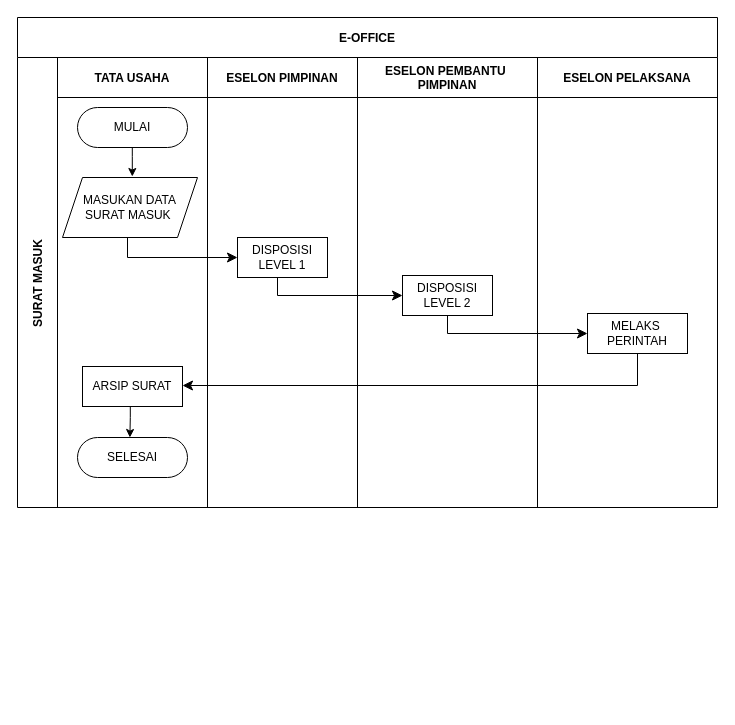
Before: Untitled Diagram.drawio in frizcool/EasyForYou, a draw.io diagram. Source tidied: cells renumbered, new cells numbered last; positions are measured from the earlier drawing's top-left corner, leaving out a move shared by most shapes. Both pictures are drawn from the tidied source at 100%, with x=0, y=0 at pixel (17, 17).
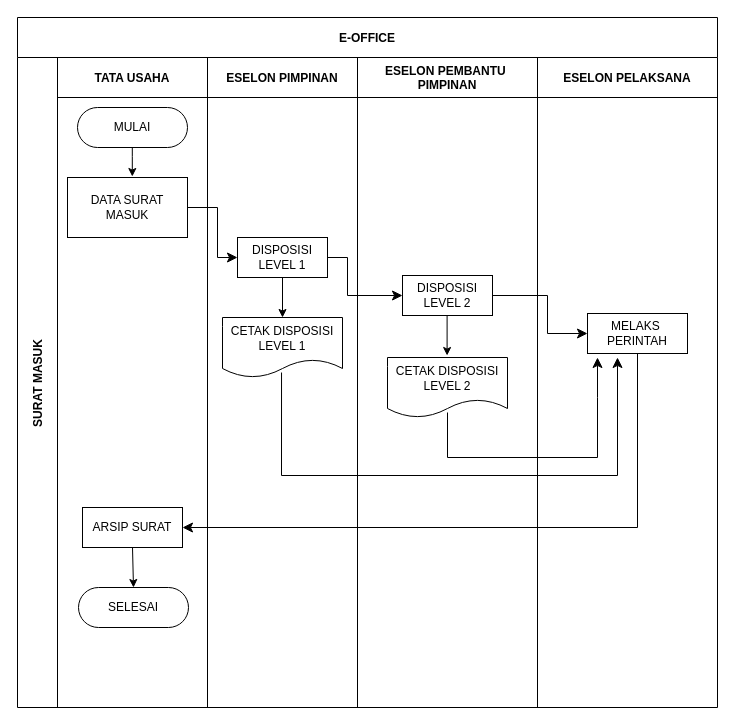
The same diagram, later.

The change refers to these unchanged cells:
```xml
<mxCell id="12" value="DISPOSISI LEVEL 1" style="rounded=0;whiteSpace=wrap;html=1;" parent="11" vertex="1">
  <mxGeometry x="30" y="180" width="90" height="40" as="geometry" />
</mxCell>
<mxCell id="15" value="DISPOSISI LEVEL 2" style="rounded=0;whiteSpace=wrap;html=1;" parent="14" vertex="1">
  <mxGeometry x="45" y="218" width="90" height="40" as="geometry" />
</mxCell>
<mxCell id="18" value="MELAKS&amp;nbsp;&lt;div&gt;PERINTAH&lt;/div&gt;" style="rounded=0;whiteSpace=wrap;html=1;" parent="17" vertex="1">
  <mxGeometry x="50" y="256" width="100" height="40" as="geometry" />
</mxCell>
```

Diff of the diagram source:
```diff
@@
     <mxCell id="2" value="E-OFFICE" style="shape=table;childLayout=tableLayout;startSize=40;fillColor=none;fontStyle=1;" parent="1" vertex="1">
-      <mxGeometry width="700" height="490" as="geometry" />
+      <mxGeometry width="700" height="690" as="geometry" />
     </mxCell>
     <mxCell id="3" value="SURAT MASUK" style="shape=tableRow;horizontal=0;swimlaneHead=0;swimlaneBody=0;top=0;left=0;bottom=0;right=0;fillColor=none;startSize=40;fontStyle=1;" parent="2" vertex="1">
-      <mxGeometry y="40" width="700" height="450" as="geometry" />
+      <mxGeometry y="40" width="700" height="650" as="geometry" />
     </mxCell>
     <mxCell id="4" value="TATA USAHA" style="swimlane;swimlaneHead=0;swimlaneBody=0;fillColor=none;startSize=40;fontStyle=1;" parent="3" vertex="1">
-      <mxGeometry x="40" width="150" height="450" as="geometry" />
+      <mxGeometry x="40" width="150" height="650" as="geometry" />
     </mxCell>
@@
-    <mxCell id="6" value="MASUKAN DATA SURAT MASUK&amp;nbsp;" style="shape=parallelogram;perimeter=parallelogramPerimeter;whiteSpace=wrap;html=1;fixedSize=1;" parent="4" vertex="1">
-      <mxGeometry x="5" y="120" width="135" height="60" as="geometry" />
-    </mxCell>
@@
     <mxCell id="8" value="ARSIP SURAT" style="rounded=0;whiteSpace=wrap;html=1;" parent="4" vertex="1">
-      <mxGeometry x="25" y="309" width="100" height="40" as="geometry" />
+      <mxGeometry x="25" y="450" width="100" height="40" as="geometry" />
     </mxCell>
     <mxCell id="9" value="SELESAI" style="rounded=1;whiteSpace=wrap;html=1;arcSize=50;" parent="4" vertex="1">
-      <mxGeometry x="20" y="380" width="110" height="40" as="geometry" />
+      <mxGeometry x="21" y="530" width="110" height="40" as="geometry" />
     </mxCell>
-    <mxCell id="10" style="edgeStyle=orthogonalEdgeStyle;rounded=0;jettySize=auto;html=1;exitX=0.478;exitY=1.003;exitDx=0;exitDy=0;exitPerimeter=0;" parent="4" edge="1" source="8">
-      <mxGeometry relative="1" as="geometry">
-        <mxPoint x="72.4" y="380" as="targetPoint" />
-        <Array as="points">
-          <mxPoint x="73" y="360" />
-          <mxPoint x="72" y="360" />
-        </Array>
-      </mxGeometry>
-    </mxCell>
+    <mxCell id="21" value="DATA SURAT MASUK" style="rounded=0;whiteSpace=wrap;html=1;" parent="4" vertex="1">
+      <mxGeometry x="10" y="120" width="120" height="60" as="geometry" />
+    </mxCell>
+    <mxCell id="22" style="endArrow=classic;html=1;rounded=0;entryX=0.5;entryY=0;entryDx=0;entryDy=0;exitX=0.5;exitY=1;exitDx=0;exitDy=0;" parent="4" edge="1" source="8" target="9">
+      <mxGeometry relative="1" as="geometry" />
+    </mxCell>
     <mxCell id="11" value="ESELON PIMPINAN" style="swimlane;swimlaneHead=0;swimlaneBody=0;fillColor=none;startSize=40;fontStyle=1;" parent="3" vertex="1">
-      <mxGeometry x="190" width="150" height="450" as="geometry" />
+      <mxGeometry x="190" width="150" height="650" as="geometry" />
     </mxCell>
@@
-    <mxCell id="13" style="edgeStyle=segmentEdgeStyle;endArrow=classic;html=1;curved=0;rounded=0;endSize=8;startSize=8;entryX=0;entryY=0.5;entryDx=0;entryDy=0;" parent="11" edge="1" target="15">
-      <mxGeometry relative="1" as="geometry">
-        <mxPoint x="70" y="220" as="sourcePoint" />
-        <Array as="points">
-          <mxPoint x="70" y="238" />
-        </Array>
-      </mxGeometry>
-    </mxCell>
+    <mxCell id="23" value="CETAK DISPOSISI LEVEL 1" style="shape=document;whiteSpace=wrap;html=1;boundedLbl=1;" parent="11" vertex="1">
+      <mxGeometry x="15" y="260" width="120" height="60" as="geometry" />
+    </mxCell>
+    <mxCell id="24" style="endArrow=classic;html=1;rounded=0;entryX=0.5;entryY=0;entryDx=0;entryDy=0;exitX=0.5;exitY=1;exitDx=0;exitDy=0;" parent="11" edge="1" source="12" target="23">
+      <mxGeometry relative="1" as="geometry" />
+    </mxCell>
     <mxCell id="14" value="ESELON PEMBANTU &#10;PIMPINAN" style="swimlane;swimlaneHead=0;swimlaneBody=0;fillColor=none;startSize=40;fontStyle=1;" parent="3" vertex="1">
-      <mxGeometry x="340" width="180" height="450" as="geometry" />
+      <mxGeometry x="340" width="180" height="650" as="geometry" />
     </mxCell>
@@
-    <mxCell id="16" style="edgeStyle=segmentEdgeStyle;endArrow=classic;html=1;curved=0;rounded=0;endSize=8;startSize=8;entryX=0;entryY=0.5;entryDx=0;entryDy=0;" parent="14" edge="1" target="18">
-      <mxGeometry relative="1" as="geometry">
-        <mxPoint x="90" y="258" as="sourcePoint" />
-        <Array as="points">
-          <mxPoint x="90" y="276" />
-        </Array>
-      </mxGeometry>
-    </mxCell>
+    <mxCell id="25" value="CETAK DISPOSISI LEVEL 2" style="shape=document;whiteSpace=wrap;html=1;boundedLbl=1;" parent="14" vertex="1">
+      <mxGeometry x="30" y="300" width="120" height="60" as="geometry" />
+    </mxCell>
+    <mxCell id="26" style="endArrow=classic;html=1;rounded=0;entryX=0.5;entryY=0;entryDx=0;entryDy=0;exitX=0.5;exitY=1;exitDx=0;exitDy=0;" parent="14" edge="1">
+      <mxGeometry relative="1" as="geometry">
+        <mxPoint x="89.6" y="258" as="sourcePoint" />
+        <mxPoint x="89.6" y="298" as="targetPoint" />
+      </mxGeometry>
+    </mxCell>
+    <mxCell id="27" style="edgeStyle=segmentEdgeStyle;endArrow=classic;html=1;curved=0;rounded=0;endSize=8;startSize=8;exitX=0.492;exitY=0.917;exitDx=0;exitDy=0;exitPerimeter=0;" parent="14" edge="1" source="23">
+      <mxGeometry relative="1" as="geometry">
+        <mxPoint x="260" y="300" as="targetPoint" />
+        <Array as="points">
+          <mxPoint x="-76" y="418" />
+          <mxPoint x="260" y="418" />
+        </Array>
+      </mxGeometry>
+    </mxCell>
     <mxCell id="17" value="ESELON PELAKSANA" style="swimlane;swimlaneHead=0;swimlaneBody=0;fillColor=none;startSize=40;fontStyle=1;" parent="3" vertex="1">
-      <mxGeometry x="520" width="180" height="450" as="geometry" />
+      <mxGeometry x="520" width="180" height="650" as="geometry" />
     </mxCell>
@@
+    <mxCell id="28" style="edgeStyle=segmentEdgeStyle;endArrow=classic;html=1;curved=0;rounded=0;endSize=8;startSize=8;exitX=0.492;exitY=0.917;exitDx=0;exitDy=0;exitPerimeter=0;" parent="17" edge="1">
+      <mxGeometry relative="1" as="geometry">
+        <mxPoint x="-90" y="355" as="sourcePoint" />
+        <mxPoint x="60" y="300" as="targetPoint" />
+        <Array as="points">
+          <mxPoint x="-90" y="400" />
+          <mxPoint x="60" y="400" />
+          <mxPoint x="60" y="340" />
+        </Array>
+      </mxGeometry>
+    </mxCell>
-    <mxCell id="19" style="edgeStyle=segmentEdgeStyle;endArrow=classic;html=1;curved=0;rounded=0;endSize=8;startSize=8;exitX=0.5;exitY=1;exitDx=0;exitDy=0;entryX=0;entryY=0.5;entryDx=0;entryDy=0;" parent="3" edge="1" source="6" target="12">
+    <mxCell id="19" style="edgeStyle=segmentEdgeStyle;endArrow=classic;html=1;curved=0;rounded=0;endSize=8;startSize=8;exitX=1;exitY=0.5;exitDx=0;exitDy=0;entryX=0;entryY=0.5;entryDx=0;entryDy=0;" parent="3" edge="1" source="21" target="12">
       <mxGeometry relative="1" as="geometry">
         <Array as="points">
-          <mxPoint x="110" y="180" />
-          <mxPoint x="110" y="200" />
+          <mxPoint x="200" y="150" />
+          <mxPoint x="200" y="200" />
         </Array>
       </mxGeometry>
     </mxCell>
     <mxCell id="20" style="edgeStyle=segmentEdgeStyle;endArrow=classic;html=1;curved=0;rounded=0;endSize=8;startSize=8;exitX=0.5;exitY=1;exitDx=0;exitDy=0;" parent="3" edge="1" source="18" target="8">
       <mxGeometry relative="1" as="geometry">
         <Array as="points">
-          <mxPoint x="620" y="328" />
+          <mxPoint x="620" y="470" />
         </Array>
       </mxGeometry>
     </mxCell>
+    <mxCell id="13" style="edgeStyle=segmentEdgeStyle;endArrow=classic;html=1;curved=0;rounded=0;endSize=8;startSize=8;entryX=0;entryY=0.5;entryDx=0;entryDy=0;exitX=1;exitY=0.5;exitDx=0;exitDy=0;" parent="3" edge="1" source="12" target="15">
+      <mxGeometry relative="1" as="geometry">
+        <Array as="points">
+          <mxPoint x="330" y="200" />
+          <mxPoint x="330" y="238" />
+        </Array>
+      </mxGeometry>
+    </mxCell>
+    <mxCell id="16" style="edgeStyle=segmentEdgeStyle;endArrow=classic;html=1;curved=0;rounded=0;endSize=8;startSize=8;entryX=0;entryY=0.5;entryDx=0;entryDy=0;exitX=1;exitY=0.5;exitDx=0;exitDy=0;" parent="3" edge="1" source="15" target="18">
+      <mxGeometry relative="1" as="geometry">
+        <Array as="points">
+          <mxPoint x="530" y="238" />
+          <mxPoint x="530" y="276" />
+        </Array>
+      </mxGeometry>
+    </mxCell>
```
